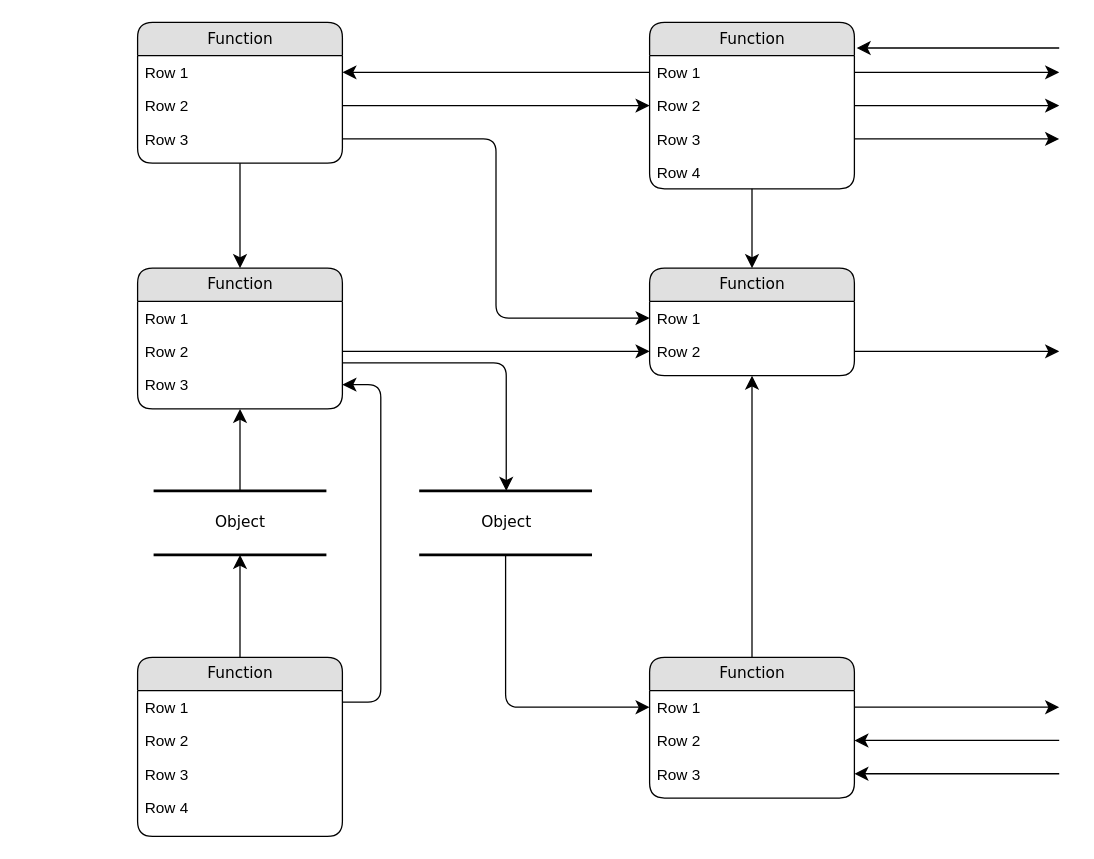
Before: src/Untitled Diagram.drawio in bomtawep/bom-order-nodejs, a draw.io diagram. Source tidied: cells renumbered, new cells numbered last; positions are measured from the earlier drawing's top-left corner, leaving out a move shared by most shapes. Both pictures are drawn from the tidied source at 128%, with x=0, y=0 at pixel (137, 22).
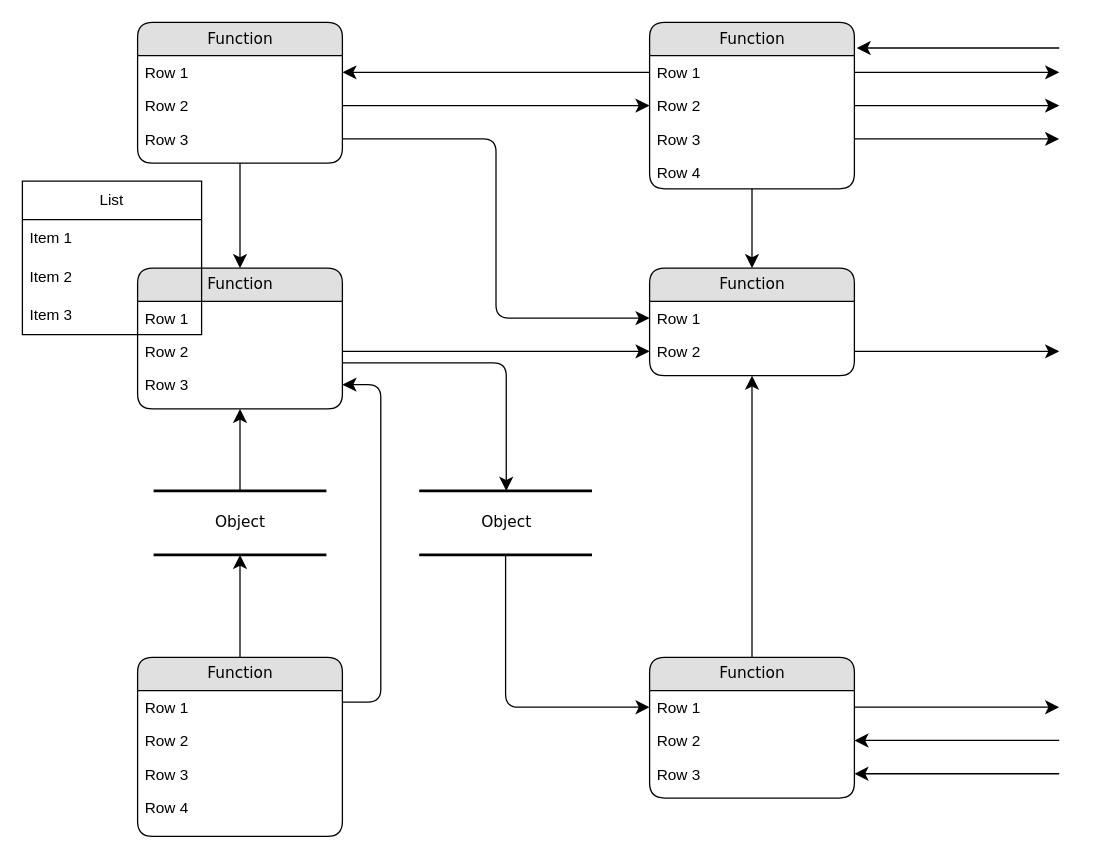
Above is the later version.

What changed in the source:
```diff
@@
+    <mxCell id="49" value="List" style="swimlane;fontStyle=0;horizontal=1;startSize=30;whiteSpace=wrap;html=1;" parent="1" vertex="1">
+      <mxGeometry x="-90" y="124" width="140" height="120" as="geometry" />
+    </mxCell>
+    <mxCell id="50" value="Item 1" style="text;strokeColor=none;fillColor=none;align=left;verticalAlign=middle;spacingLeft=4;spacingRight=4;overflow=hidden;whiteSpace=wrap;html=1;" parent="49" vertex="1">
+      <mxGeometry y="30" width="140" height="30" as="geometry" />
+    </mxCell>
+    <mxCell id="51" value="Item 2" style="text;strokeColor=none;fillColor=none;align=left;verticalAlign=middle;spacingLeft=4;spacingRight=4;overflow=hidden;whiteSpace=wrap;html=1;" parent="49" vertex="1">
+      <mxGeometry y="60" width="140" height="30" as="geometry" />
+    </mxCell>
+    <mxCell id="52" value="Item 3" style="text;strokeColor=none;fillColor=none;align=left;verticalAlign=middle;spacingLeft=4;spacingRight=4;overflow=hidden;whiteSpace=wrap;html=1;" parent="49" vertex="1">
+      <mxGeometry y="90" width="140" height="30" as="geometry" />
+    </mxCell>
```
